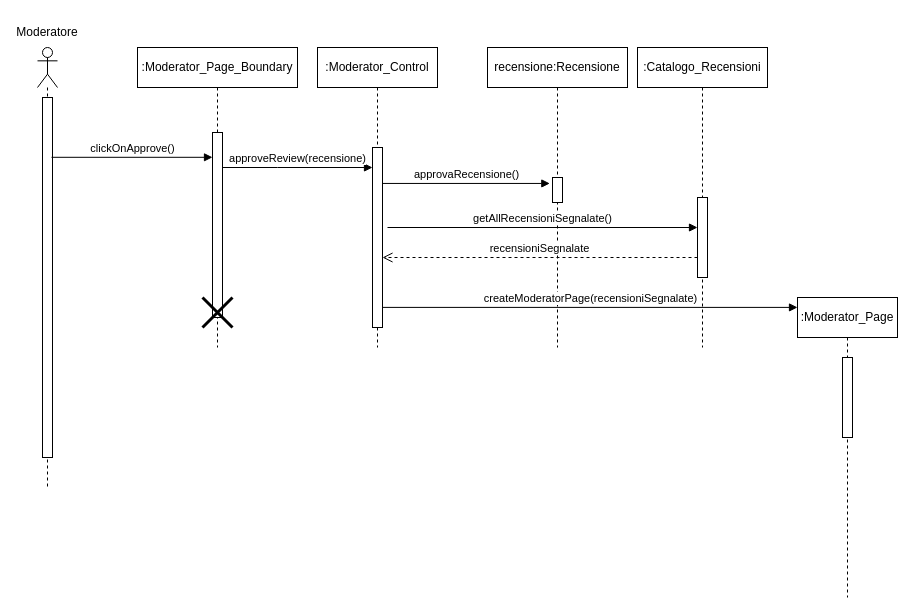
The draw.io diagram New Diagrams/Sequence Diagrams/UC18- Approva recensione.drawio in superfra01/Rated, before the edit. Source tidied: cells renumbered, new cells numbered last; positions are measured from the earlier drawing's top-left corner, leaving out a move shared by most shapes. Both pictures are drawn from the tidied source at 100%, with x=0, y=0 at pixel (17, 17).
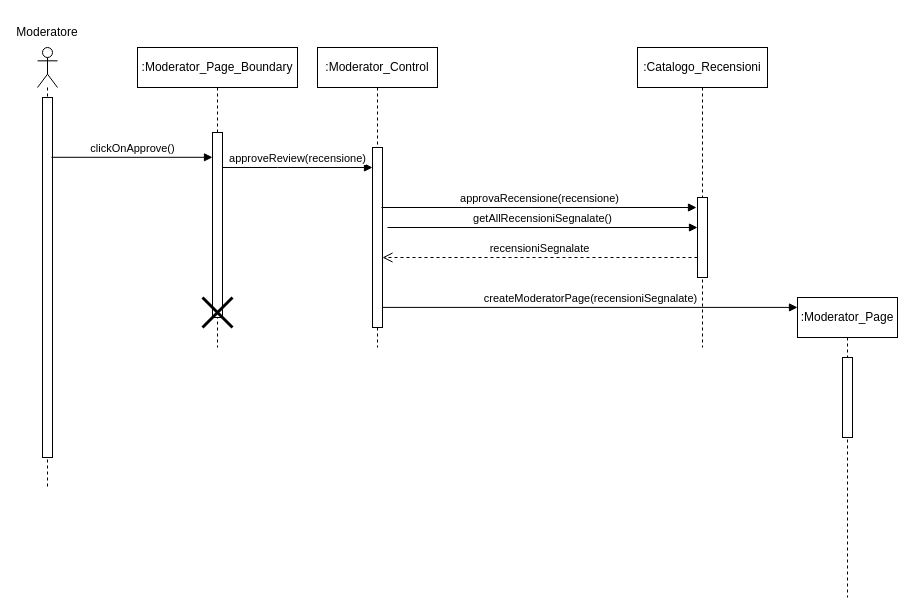
The same page after the edit.

The change refers to these unchanged cells:
```xml
<mxCell id="11" style="html=1;points=[[0,0,0,0,5],[0,1,0,0,-5],[1,0,0,0,5],[1,1,0,0,-5]];perimeter=orthogonalPerimeter;outlineConnect=0;targetShapes=umlLifeline;portConstraint=eastwest;newEdgeStyle={&quot;curved&quot;:0,&quot;rounded&quot;:0};" parent="10" vertex="1">
  <mxGeometry x="55" y="100" width="10" height="180" as="geometry" />
</mxCell>
```

Change to the diagram source:
```diff
@@
-    <mxCell id="12" value="approvaRecensione()" style="html=1;verticalAlign=bottom;endArrow=block;curved=0;rounded=0;entryX=-0.267;entryY=0.238;entryDx=0;entryDy=0;entryPerimeter=0;" parent="1" edge="1" source="11" target="14">
-      <mxGeometry relative="1" as="geometry" />
+    <mxCell id="12" value="approvaRecensione(recensione)" style="html=1;verticalAlign=bottom;endArrow=block;curved=0;rounded=0;" parent="1" edge="1">
+      <mxGeometry relative="1" as="geometry">
+        <mxPoint x="364" y="190" as="sourcePoint" />
+        <mxPoint x="679" y="190" as="targetPoint" />
+      </mxGeometry>
     </mxCell>
-    <mxCell id="13" value="recensione:Recensione" style="shape=umlLifeline;perimeter=lifelinePerimeter;whiteSpace=wrap;html=1;newEdgeStyle={&quot;curved&quot;:0,&quot;rounded&quot;:0};size=40;" parent="1" vertex="1">
-      <mxGeometry x="470" y="30" width="140" height="300" as="geometry" />
-    </mxCell>
-    <mxCell id="14" style="html=1;points=[[0,0,0,0,5],[0,1,0,0,-5],[1,0,0,0,5],[1,1,0,0,-5]];perimeter=orthogonalPerimeter;outlineConnect=0;targetShapes=umlLifeline;portConstraint=eastwest;newEdgeStyle={&quot;curved&quot;:0,&quot;rounded&quot;:0};" parent="13" vertex="1">
-      <mxGeometry x="65" y="130" width="10" height="25" as="geometry" />
-    </mxCell>
```
